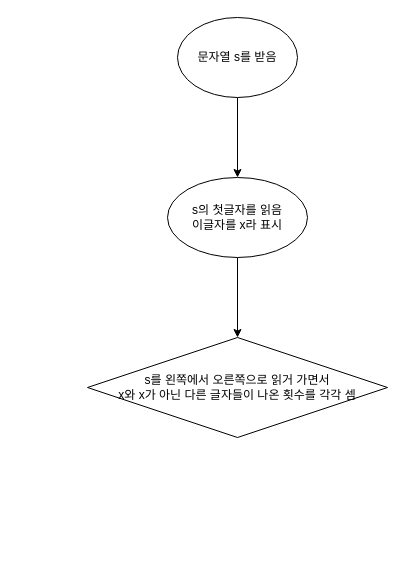
Above: 제목 없는 다이어그램.drawio in box3101/baseFile (draw.io), before the change. Source tidied: cells renumbered, new cells numbered last; positions are measured from the earlier drawing's top-left corner, leaving out a move shared by most shapes. Both pictures are drawn from the tidied source at 100%, with x=0, y=0 at pixel (87, 17).
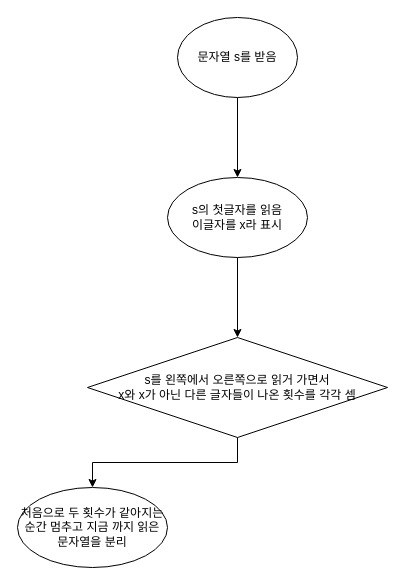
The same page after the edit.

Commit message (it also covers changes not shown here):
제목 없는 다이어그램.drawio 업데이트

Diff of the diagram source:
```diff
@@
 <mxGraphModel>
   <root>
     <mxCell id="0" />
     <mxCell id="1" parent="0" />
     <mxCell id="2" style="edgeStyle=orthogonalEdgeStyle;rounded=0;jettySize=auto;html=1;" parent="1" edge="1" source="3" target="5">
       <mxGeometry relative="1" as="geometry" />
     </mxCell>
     <mxCell id="3" value="문자열 s를 받음" style="ellipse;whiteSpace=wrap;html=1;" parent="1" vertex="1">
       <mxGeometry x="90" width="120" height="80" as="geometry" />
     </mxCell>
     <mxCell id="4" style="edgeStyle=orthogonalEdgeStyle;rounded=0;jettySize=auto;html=1;" parent="1" edge="1" source="5" target="6">
       <mxGeometry relative="1" as="geometry" />
     </mxCell>
     <mxCell id="5" value="s의 첫글자를 읽음&lt;br&gt;이글자를 x라 표시" style="ellipse;whiteSpace=wrap;html=1;" parent="1" vertex="1">
       <mxGeometry x="80" y="160" width="140" height="80" as="geometry" />
     </mxCell>
+    <mxCell id="7" style="edgeStyle=orthogonalEdgeStyle;rounded=0;jettySize=auto;html=1;" parent="1" edge="1" source="6" target="8">
+      <mxGeometry relative="1" as="geometry" />
+    </mxCell>
     <mxCell id="6" value="s를 왼쪽에서 오른쪽으로 읽거 가면서&lt;br&gt;x와 x가 아닌 다른 글자들이 나온 횟수를 각각 셈" style="rhombus;whiteSpace=wrap;html=1;" parent="1" vertex="1">
       <mxGeometry y="320" width="300" height="100" as="geometry" />
     </mxCell>
+    <mxCell id="8" value="처음으로 두 횟수가 같아지는 순간 멈추고 지금 까지 읽은 문자열을 분리" style="ellipse;whiteSpace=wrap;html=1;" parent="1" vertex="1">
+      <mxGeometry x="-70" y="470" width="150" height="80" as="geometry" />
+    </mxCell>
   </root>
 </mxGraphModel>
```
